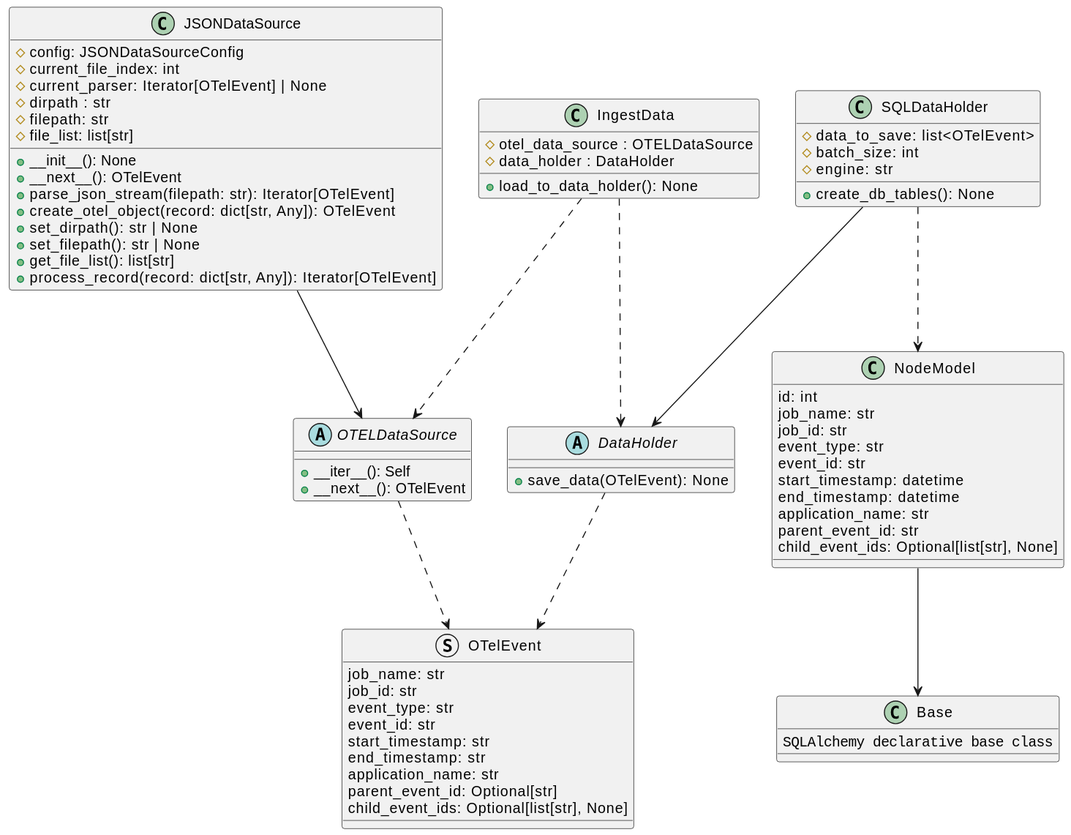
Before: docs/development/design/3-DN-Retrieving_unique_graphs_from_Otel_data/class_diagrams.svg, a diagram exported from PlantUML (xtuml/otel2puml).
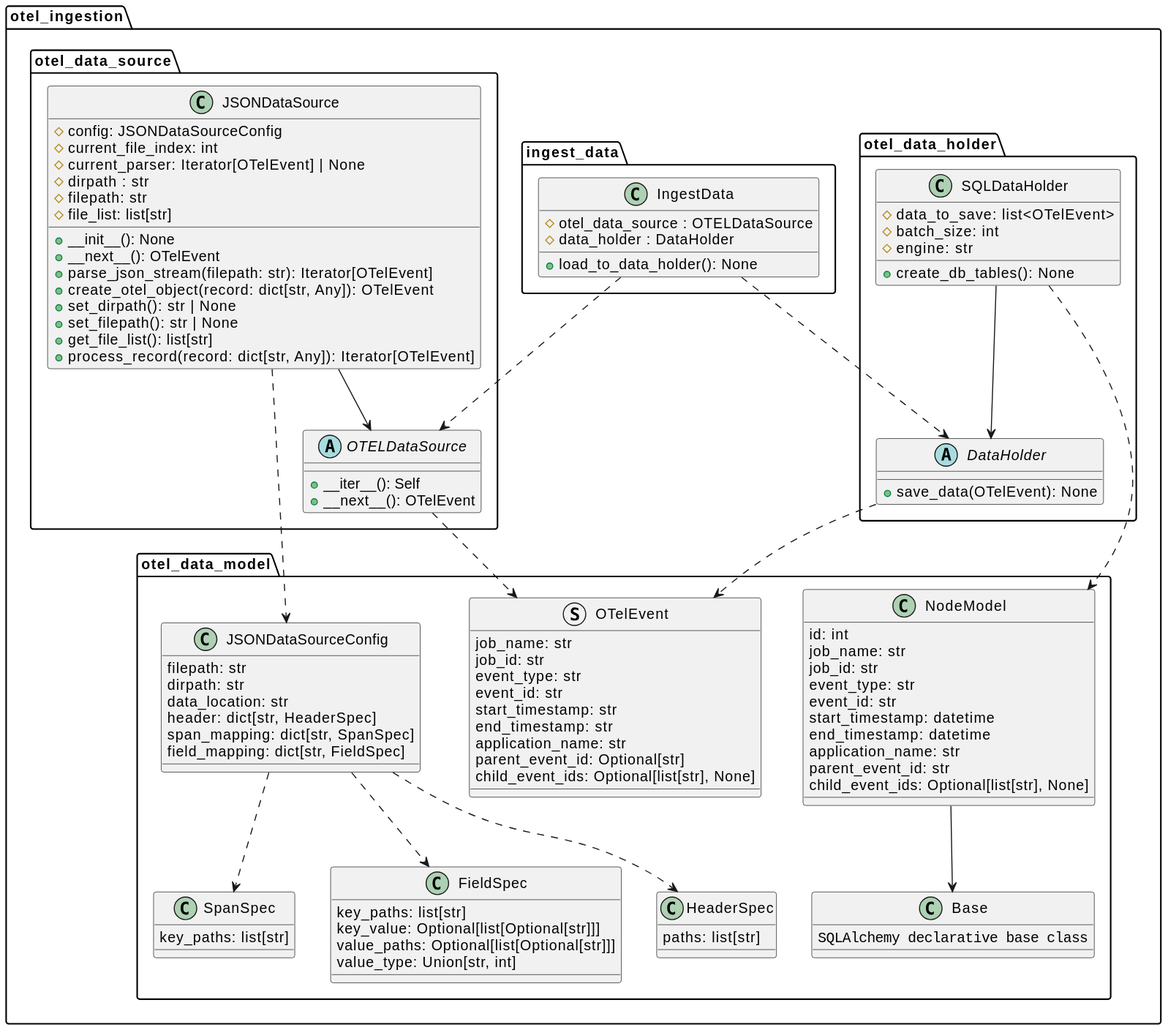
The same diagram one commit later.

Commit message:
Update class diagrams with config class

The edit, as a diff of the source:
```diff
@@ -1,5 +1,5 @@
 @startuml
-struct OTelEvent {
+struct otel_ingestion.otel_data_model.OTelEvent {
     job_name: str
     job_id: str
     event_type: str
@@ -11,12 +11,12 @@
     child_event_ids: Optional[list[str], None]
 }
 
-abstract class OTELDataSource {
+abstract class otel_ingestion.otel_data_source.OTELDataSource {
     +__iter__(): Self
     +__next__(): OTelEvent
 }
 
-class JSONDataSource {
+class otel_ingestion.otel_data_source.JSONDataSource {
     #config: JSONDataSourceConfig
     #current_file_index: int
     #current_parser: Iterator[OTelEvent] | None
@@ -33,14 +33,14 @@
     +process_record(record: dict[str, Any]): Iterator[OTelEvent]
 }
 
-class SQLDataHolder {
+class otel_ingestion.otel_data_holder.SQLDataHolder {
     #data_to_save: list<OTelEvent>
     #batch_size: int
     #engine: str
     +create_db_tables(): None
 }
 
-class NodeModel {
+class otel_ingestion.otel_data_model.NodeModel {
     id: int
     job_name: str
     job_id: str
@@ -53,26 +53,65 @@
     child_event_ids: Optional[list[str], None]
 }
 
-class Base {
+class otel_ingestion.otel_data_model.Base {
     ""SQLAlchemy declarative base class""
 }
 
-abstract class DataHolder {
+abstract class otel_ingestion.otel_data_holder.DataHolder {
     +save_data(OTelEvent): None
 }
 
-class IngestData {
+class otel_ingestion.ingest_data.IngestData {
     #otel_data_source : OTELDataSource
     #data_holder : DataHolder
     +load_to_data_holder(): None
 }
 
-IngestData ..> OTELDataSource
-IngestData ..> DataHolder
-OTELDataSource ..> OTelEvent
-JSONDataSource --> OTELDataSource
-SQLDataHolder --> DataHolder
-SQLDataHolder ..> NodeModel
-NodeModel --> Base
-DataHolder ..> OTelEvent
+class otel_ingestion.otel_data_model.JSONDataSourceConfig {
+    filepath: str
+    dirpath: str
+    data_location: str
+    header: dict[str, HeaderSpec]
+    span_mapping: dict[str, SpanSpec]
+    field_mapping: dict[str, FieldSpec]
+}
+
+class otel_ingestion.otel_data_model.HeaderSpec {
+    paths: list[str]
+}
+
+class otel_ingestion.otel_data_model.SpanSpec {
+    key_paths: list[str]
+}
+
+class otel_ingestion.otel_data_model.FieldSpec {
+    key_paths: list[str]
+    key_value: Optional[list[Optional[str]]]
+    value_paths: Optional[list[Optional[str]]]
+    value_type: Union[str, int]
+}
+
+otel_ingestion.ingest_data.IngestData ..> otel_ingestion.otel_data_source.OTELDataSource
+
+otel_ingestion.ingest_data.IngestData ..> otel_ingestion.otel_data_holder.DataHolder
+
+otel_ingestion.otel_data_source.OTELDataSource ..> otel_ingestion.otel_data_model.OTelEvent
+
+otel_ingestion.otel_data_source.JSONDataSource --> otel_ingestion.otel_data_source.OTELDataSource
+
+otel_ingestion.otel_data_holder.SQLDataHolder --> otel_ingestion.otel_data_holder.DataHolder
+
+otel_ingestion.otel_data_holder.SQLDataHolder ..> otel_ingestion.otel_data_model.NodeModel
+
+otel_ingestion.otel_data_model.NodeModel --> otel_ingestion.otel_data_model.Base
+
+otel_ingestion.otel_data_holder.DataHolder ..> otel_ingestion.otel_data_model.OTelEvent
+
+otel_ingestion.otel_data_source.JSONDataSource ..> otel_ingestion.otel_data_model.JSONDataSourceConfig
+
+otel_ingestion.otel_data_model.JSONDataSourceConfig ..> otel_ingestion.otel_data_model.HeaderSpec
+
+otel_ingestion.otel_data_model.JSONDataSourceConfig ..> otel_ingestion.otel_data_model.SpanSpec
+
+otel_ingestion.otel_data_model.JSONDataSourceConfig ..> otel_ingestion.otel_data_model.FieldSpec
 @enduml
```
